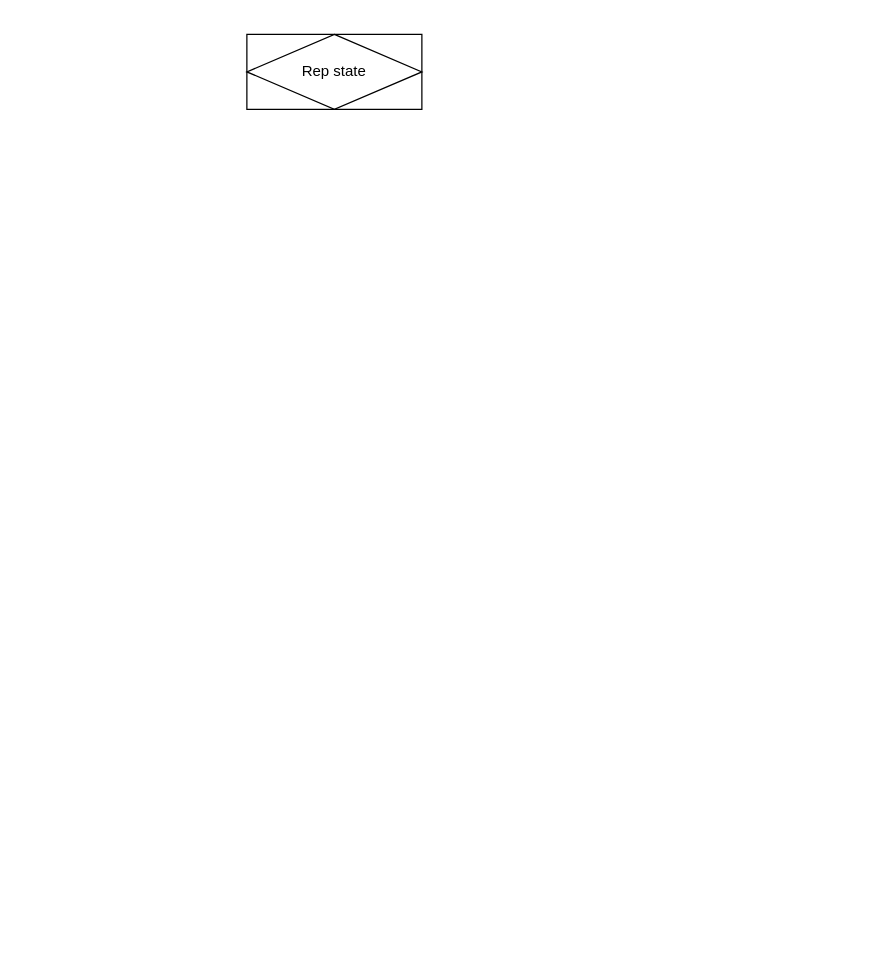
The draw.io diagram k16w.e8266/src/repeller.drawio in mihailnik/Korshun-W, before the edit. Source tidied: cells renumbered, new cells numbered last; positions are measured from the earlier drawing's top-left corner, leaving out a move shared by most shapes. Both pictures are drawn from the tidied source at 125%, with x=0, y=0 at pixel (246, 34).
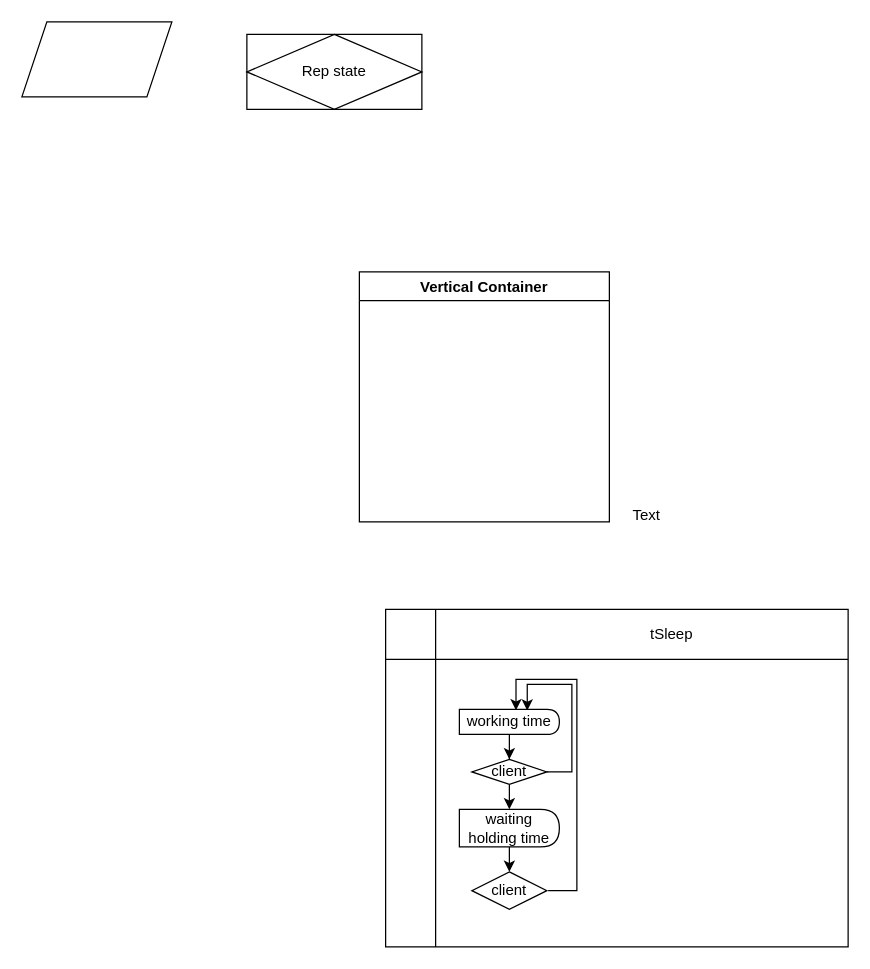
The same diagram, later.

Diff of the diagram source:
```diff
@@
 <mxGraphModel>
   <root>
     <mxCell id="0" />
     <mxCell id="1" parent="0" />
     <mxCell id="2" value="Rep state" style="shape=associativeEntity;whiteSpace=wrap;html=1;align=center;" parent="1" vertex="1">
       <mxGeometry width="140" height="60" as="geometry" />
     </mxCell>
+    <mxCell id="3" style="shape=parallelogram;perimeter=parallelogramPerimeter;whiteSpace=wrap;html=1;fixedSize=1;" parent="1" vertex="1">
+      <mxGeometry x="-180" y="-10" width="120" height="60" as="geometry" />
+    </mxCell>
+    <mxCell id="4" value="Vertical Container" style="swimlane;" parent="1" vertex="1">
+      <mxGeometry x="90" y="190" width="200" height="200" as="geometry" />
+    </mxCell>
+    <mxCell id="5" style="shape=internalStorage;whiteSpace=wrap;html=1;backgroundOutline=1;dx=40;dy=40;" parent="1" vertex="1">
+      <mxGeometry x="111" y="460" width="370" height="270" as="geometry" />
+    </mxCell>
+    <mxCell id="6" value="Text" style="text;html=1;strokeColor=none;fillColor=none;align=center;verticalAlign=middle;whiteSpace=wrap;rounded=0;" parent="1" vertex="1">
+      <mxGeometry x="290" y="370" width="60" height="30" as="geometry" />
+    </mxCell>
+    <mxCell id="7" value="tSleep" style="text;html=1;strokeColor=none;fillColor=none;align=center;verticalAlign=middle;whiteSpace=wrap;rounded=0;" parent="1" vertex="1">
+      <mxGeometry x="310" y="470" width="60" height="20" as="geometry" />
+    </mxCell>
+    <mxCell id="8" style="edgeStyle=orthogonalEdgeStyle;rounded=0;jettySize=auto;html=1;exitX=0.5;exitY=1;exitDx=0;exitDy=0;entryX=0.5;entryY=0;entryDx=0;entryDy=0;" parent="1" edge="1" source="9" target="11">
+      <mxGeometry relative="1" as="geometry" />
+    </mxCell>
+    <mxCell id="9" value="waiting holding time" style="shape=delay;whiteSpace=wrap;html=1;" parent="1" vertex="1">
+      <mxGeometry x="170" y="620" width="80" height="30" as="geometry" />
+    </mxCell>
+    <mxCell id="10" style="edgeStyle=orthogonalEdgeStyle;rounded=0;orthogonalLoop=1;jettySize=auto;html=1;exitX=1;exitY=0.5;exitDx=0;exitDy=0;entryX=0.554;entryY=0.033;entryDx=0;entryDy=0;entryPerimeter=0;" parent="1" edge="1">
+      <mxGeometry relative="1" as="geometry">
+        <mxPoint x="241" y="685" as="sourcePoint" />
+        <mxPoint x="215.3" y="540.7" as="targetPoint" />
+        <Array as="points">
+          <mxPoint x="264" y="685" />
+          <mxPoint x="264" y="516" />
+          <mxPoint x="215" y="516" />
+        </Array>
+      </mxGeometry>
+    </mxCell>
+    <mxCell id="11" value="client" style="rhombus;whiteSpace=wrap;html=1;" parent="1" vertex="1">
+      <mxGeometry x="180" y="670" width="60" height="30" as="geometry" />
+    </mxCell>
+    <mxCell id="12" style="edgeStyle=orthogonalEdgeStyle;rounded=0;jettySize=auto;html=1;exitX=0.5;exitY=1;exitDx=0;exitDy=0;entryX=0.5;entryY=0;entryDx=0;entryDy=0;" parent="1" edge="1" source="14" target="9">
+      <mxGeometry relative="1" as="geometry" />
+    </mxCell>
+    <mxCell id="13" style="edgeStyle=orthogonalEdgeStyle;rounded=0;jettySize=auto;html=1;exitX=1;exitY=0.5;exitDx=0;exitDy=0;entryX=0.679;entryY=0.05;entryDx=0;entryDy=0;entryPerimeter=0;" parent="1" edge="1" source="14" target="16">
+      <mxGeometry relative="1" as="geometry" />
+    </mxCell>
+    <mxCell id="14" value="client" style="rhombus;whiteSpace=wrap;html=1;" parent="1" vertex="1">
+      <mxGeometry x="180" y="580" width="60" height="20" as="geometry" />
+    </mxCell>
+    <mxCell id="15" style="edgeStyle=orthogonalEdgeStyle;rounded=0;jettySize=auto;html=1;entryX=0.5;entryY=0;entryDx=0;entryDy=0;" parent="1" edge="1" source="16" target="14">
+      <mxGeometry relative="1" as="geometry" />
+    </mxCell>
+    <mxCell id="16" value="working time" style="shape=delay;whiteSpace=wrap;html=1;" parent="1" vertex="1">
+      <mxGeometry x="170" y="540" width="80" height="20" as="geometry" />
+    </mxCell>
   </root>
 </mxGraphModel>
```
